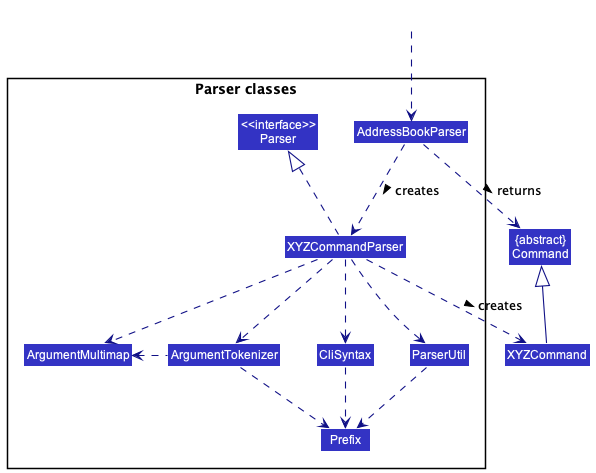
This is docs/images/ParserClasses.png from nus-cs2103-AY2223S1/tp, a PlantUML export, as it was before one commit.
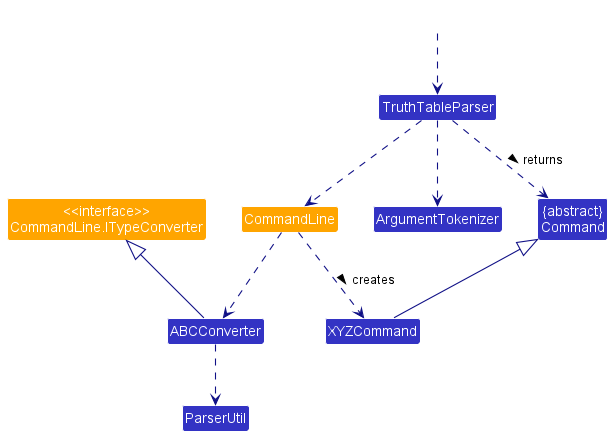
Later version of the same file.

What changed in the source:
```diff
@@ -7,32 +7,22 @@
 Class "{abstract}\nCommand" as Command
 Class XYZCommand
 
-package "Parser classes"{
-Class "<<interface>>\nParser" as Parser
-Class AddressBookParser
-Class XYZCommandParser
-Class CliSyntax
+Class "<<interface>>\nCommandLine.ITypeConverter" as ITypeConverter #FFA500
+Class TruthTableParser
 Class ParserUtil
-Class ArgumentMultimap
 Class ArgumentTokenizer
-Class Prefix
-}
+Class CommandLine #FFA500
 
 Class HiddenOutside #FFFFFF
-HiddenOutside ..> AddressBookParser
+HiddenOutside ..> TruthTableParser
 
-AddressBookParser .down.> XYZCommandParser: creates >
+TruthTableParser .down.> ArgumentTokenizer
+TruthTableParser .down.> CommandLine
+CommandLine .down.> ABCConverter
 
-XYZCommandParser ..> XYZCommand : creates >
-AddressBookParser ..> Command : returns >
-XYZCommandParser .up.|> Parser
-XYZCommandParser ..> ArgumentMultimap
-XYZCommandParser ..> ArgumentTokenizer
-ArgumentTokenizer .left.> ArgumentMultimap
-XYZCommandParser ..> CliSyntax
-CliSyntax ..> Prefix
-XYZCommandParser ..> ParserUtil
-ParserUtil .down.> Prefix
-ArgumentTokenizer .down.> Prefix
+CommandLine ..> XYZCommand : creates >
+TruthTableParser ..> Command : returns >
+ABCConverter ..> ParserUtil
+ABCConverter -up-|> ITypeConverter
 XYZCommand -up-|> Command
 @enduml
```
